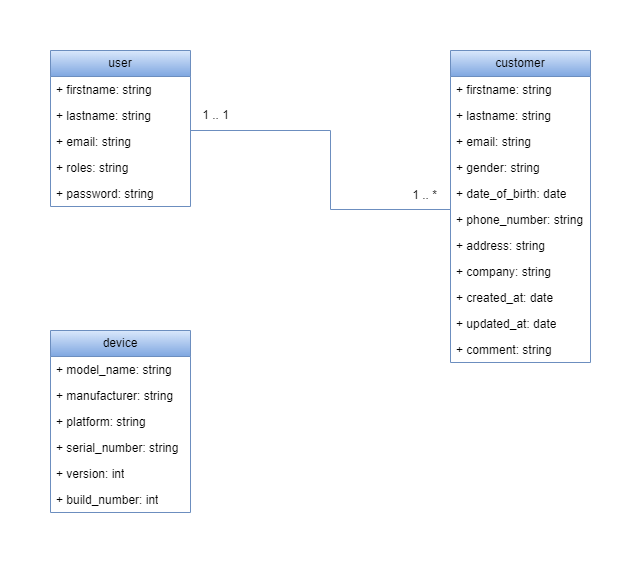
Before: diagrams/UML-Class.png, a diagram exported from draw.io (lau-last/BileMo). Source tidied: cells renumbered, new cells last; positions are measured from the earlier drawing's top-left corner, leaving out a move shared by most shapes.
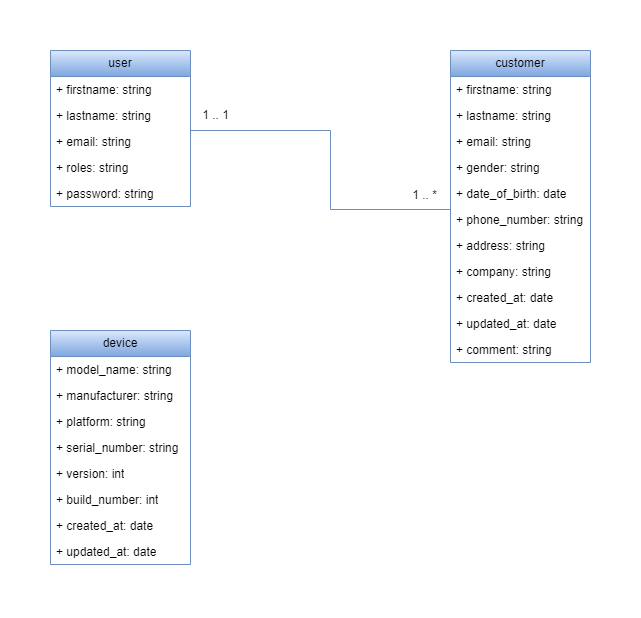
The same diagram one commit later.

Diff of the diagram source:
```diff
@@ -21,7 +21,7 @@
       <mxGeometry y="130" width="140" height="26" as="geometry" />
     </mxCell>
     <mxCell id="8" value="device" style="swimlane;fontStyle=0;horizontal=1;startSize=26;fillColor=#dae8fc;whiteSpace=wrap;html=1;strokeColor=#6c8ebf;gradientColor=#7ea6e0;" parent="1" vertex="1">
-      <mxGeometry y="280" width="140" height="182" as="geometry" />
+      <mxGeometry y="280" width="140" height="234" as="geometry" />
     </mxCell>
     <mxCell id="9" value="+ model_name: string" style="text;strokeColor=none;fillColor=none;align=left;verticalAlign=top;spacingLeft=4;spacingRight=4;overflow=hidden;whiteSpace=wrap;html=1;" parent="8" vertex="1">
       <mxGeometry y="26" width="140" height="26" as="geometry" />
@@ -41,6 +41,12 @@
     <mxCell id="14" value="+ build_number: int" style="text;strokeColor=none;fillColor=none;align=left;verticalAlign=top;spacingLeft=4;spacingRight=4;overflow=hidden;whiteSpace=wrap;html=1;" parent="8" vertex="1">
       <mxGeometry y="156" width="140" height="26" as="geometry" />
     </mxCell>
+    <mxCell id="30" value="+ created_at: date" style="text;strokeColor=none;fillColor=none;align=left;verticalAlign=top;spacingLeft=4;spacingRight=4;overflow=hidden;whiteSpace=wrap;html=1;" parent="8" vertex="1">
+      <mxGeometry y="182" width="140" height="26" as="geometry" />
+    </mxCell>
+    <mxCell id="31" value="+ updated_at: date" style="text;strokeColor=none;fillColor=none;align=left;verticalAlign=top;spacingLeft=4;spacingRight=4;overflow=hidden;whiteSpace=wrap;html=1;" parent="8" vertex="1">
+      <mxGeometry y="208" width="140" height="26" as="geometry" />
+    </mxCell>
     <mxCell id="15" value="customer" style="swimlane;fontStyle=0;horizontal=1;startSize=26;fillColor=#dae8fc;whiteSpace=wrap;html=1;strokeColor=#6c8ebf;gradientColor=#7ea6e0;" parent="1" vertex="1">
       <mxGeometry x="400" width="140" height="312" as="geometry" />
     </mxCell>
```
